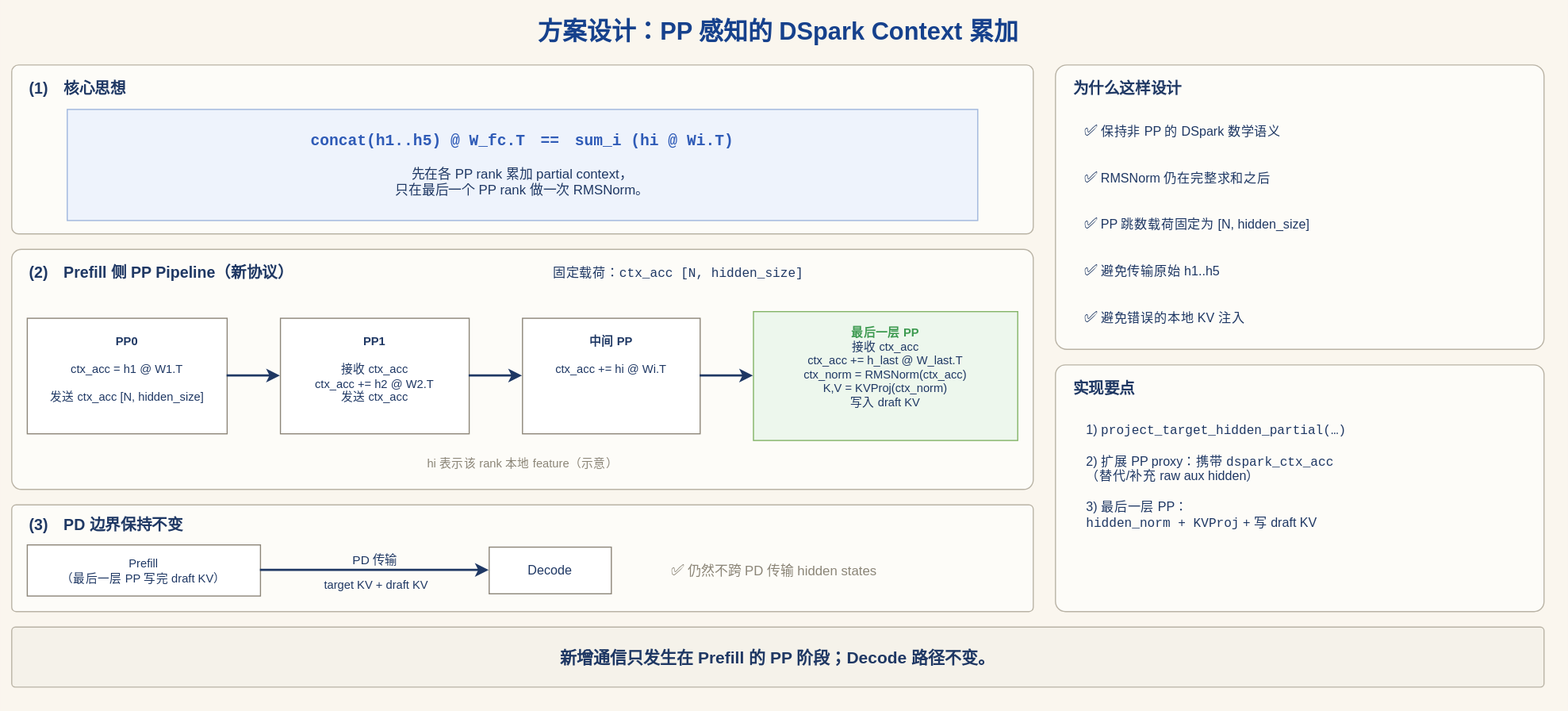
Earlier version of the draw.io export artifacts/dspark-pp-context-accumulation.svg (learning-sketch/drawio-skill). Source tidied: cells renumbered, new cells last; positions are measured from the earlier drawing's top-left corner, leaving out a move shared by most shapes. Source of this version:
```xml
<mxGraphModel background="#faf6ee">
  <root>
    <mxCell id="0" />
    <mxCell id="1" parent="0" />
    <mxCell id="2" value="&lt;b&gt;方案设计：PP 感知的 DSpark Context 累加&lt;/b&gt;" style="text;html=1;align=center;verticalAlign=middle;fontSize=22;fontColor=#16418c;" parent="1" vertex="1">
      <mxGeometry width="1380" height="38" as="geometry" />
    </mxCell>
    <mxCell id="3" style="rounded=1;arcSize=4;whiteSpace=wrap;html=1;fillColor=#fdfcf8;strokeColor=#b9b3a5;" parent="1" vertex="1">
      <mxGeometry y="48" width="920" height="152" as="geometry" />
    </mxCell>
    <mxCell id="4" value="&lt;b&gt;(1)　核心思想&lt;/b&gt;" style="text;html=1;align=left;verticalAlign=middle;fontSize=14;fontColor=#1f3864;" parent="3" vertex="1">
      <mxGeometry x="14" y="8" width="200" height="26" as="geometry" />
    </mxCell>
    <mxCell id="5" value="&lt;font face=&quot;Courier New&quot; color=&quot;#2f5bb7&quot; style=&quot;font-size:14px&quot;&gt;&lt;b&gt;concat(h1..h5) @ W_fc.T　==　sum_i (hi @ Wi.T)&lt;/b&gt;&lt;/font&gt;&lt;br&gt;&lt;br&gt;先在各 PP rank 累加 partial context，&lt;br&gt;只在最后一个 PP rank 做一次 RMSNorm。" style="rounded=0;whiteSpace=wrap;html=1;fillColor=#eef3fc;strokeColor=#9fb6dd;fontSize=12;fontColor=#1f3864;align=center;verticalAlign=middle;" parent="3" vertex="1">
      <mxGeometry x="50" y="40" width="820" height="100" as="geometry" />
    </mxCell>
    <mxCell id="6" style="rounded=1;arcSize=4;whiteSpace=wrap;html=1;fillColor=#fdfcf8;strokeColor=#b9b3a5;" parent="1" vertex="1">
      <mxGeometry y="214" width="920" height="216" as="geometry" />
    </mxCell>
    <mxCell id="7" value="&lt;b&gt;(2)　Prefill 侧 PP Pipeline（新协议）&lt;/b&gt;" style="text;html=1;align=left;verticalAlign=middle;fontSize=14;fontColor=#1f3864;" parent="6" vertex="1">
      <mxGeometry x="14" y="8" width="400" height="26" as="geometry" />
    </mxCell>
    <mxCell id="8" value="固定载荷：&lt;font face=&quot;Courier New&quot;&gt;ctx_acc [N, hidden_size]&lt;/font&gt;" style="text;html=1;align=center;verticalAlign=middle;fontSize=11.5;fontColor=#1f3864;" parent="6" vertex="1">
      <mxGeometry x="440" y="10" width="320" height="22" as="geometry" />
    </mxCell>
    <mxCell id="9" value="&lt;b&gt;PP0&lt;/b&gt;&lt;br&gt;&lt;br&gt;ctx_acc = h1 @ W1.T&lt;br&gt;&lt;br&gt;发送 ctx_acc [N, hidden_size]" style="rounded=0;whiteSpace=wrap;html=1;fillColor=#ffffff;strokeColor=#8c8578;fontSize=10.5;fontColor=#1f3864;align=center;verticalAlign=top;spacingTop=8;" parent="6" vertex="1">
      <mxGeometry x="14" y="62" width="180" height="104" as="geometry" />
    </mxCell>
    <mxCell id="10" value="&lt;b&gt;PP1&lt;/b&gt;&lt;br&gt;&lt;br&gt;接收 ctx_acc&lt;br&gt;ctx_acc += h2 @ W2.T&lt;br&gt;发送 ctx_acc" style="rounded=0;whiteSpace=wrap;html=1;fillColor=#ffffff;strokeColor=#8c8578;fontSize=10.5;fontColor=#1f3864;align=center;verticalAlign=top;spacingTop=8;" parent="6" vertex="1">
      <mxGeometry x="242" y="62" width="170" height="104" as="geometry" />
    </mxCell>
    <mxCell id="11" value="&lt;b&gt;中间 PP&lt;/b&gt;&lt;br&gt;&lt;br&gt;ctx_acc += hi @ Wi.T" style="rounded=0;whiteSpace=wrap;html=1;fillColor=#ffffff;strokeColor=#8c8578;fontSize=10.5;fontColor=#1f3864;align=center;verticalAlign=top;spacingTop=8;" parent="6" vertex="1">
      <mxGeometry x="460" y="62" width="160" height="104" as="geometry" />
    </mxCell>
    <mxCell id="12" value="&lt;b&gt;&lt;font color=&quot;#3d9a50&quot;&gt;最后一层 PP&lt;/font&gt;&lt;/b&gt;&lt;br&gt;接收 ctx_acc&lt;br&gt;ctx_acc += h_last @ W_last.T&lt;br&gt;ctx_norm = RMSNorm(ctx_acc)&lt;br&gt;K,V = KVProj(ctx_norm)&lt;br&gt;写入 draft KV" style="rounded=0;whiteSpace=wrap;html=1;fillColor=#edf7ed;strokeColor=#82b366;fontSize=10.5;fontColor=#1f3864;align=center;verticalAlign=top;spacingTop=6;" parent="6" vertex="1">
      <mxGeometry x="668" y="56" width="238" height="116" as="geometry" />
    </mxCell>
    <mxCell id="13" style="edgeStyle=orthogonalEdgeStyle;rounded=1;html=1;strokeColor=#1f3864;strokeWidth=2;exitX=1;exitY=0.5;exitDx=0;exitDy=0;entryX=0;entryY=0.5;entryDx=0;entryDy=0;" parent="6" edge="1" source="9" target="10">
      <mxGeometry relative="1" as="geometry" />
    </mxCell>
    <mxCell id="14" style="edgeStyle=orthogonalEdgeStyle;rounded=1;html=1;strokeColor=#1f3864;strokeWidth=2;exitX=1;exitY=0.5;exitDx=0;exitDy=0;entryX=0;entryY=0.5;entryDx=0;entryDy=0;" parent="6" edge="1" source="10" target="11">
      <mxGeometry relative="1" as="geometry" />
    </mxCell>
    <mxCell id="15" style="edgeStyle=orthogonalEdgeStyle;rounded=1;html=1;strokeColor=#1f3864;strokeWidth=2;exitX=1;exitY=0.5;exitDx=0;exitDy=0;entryX=0;entryY=0.5;entryDx=0;entryDy=0;" parent="6" edge="1" source="11" target="12">
      <mxGeometry relative="1" as="geometry" />
    </mxCell>
    <mxCell id="16" value="hi 表示该 rank 本地 feature（示意）" style="text;html=1;align=center;verticalAlign=middle;fontSize=10.5;fontColor=#8b8577;" parent="6" vertex="1">
      <mxGeometry x="200" y="182" width="520" height="22" as="geometry" />
    </mxCell>
    <mxCell id="17" style="rounded=1;arcSize=4;whiteSpace=wrap;html=1;fillColor=#fdfcf8;strokeColor=#b9b3a5;" parent="1" vertex="1">
      <mxGeometry y="444" width="920" height="96" as="geometry" />
    </mxCell>
    <mxCell id="18" value="&lt;b&gt;(3)　PD 边界保持不变&lt;/b&gt;" style="text;html=1;align=left;verticalAlign=middle;fontSize=14;fontColor=#1f3864;" parent="17" vertex="1">
      <mxGeometry x="14" y="6" width="300" height="24" as="geometry" />
    </mxCell>
    <mxCell id="19" value="Prefill&#10;（最后一层 PP 写完 draft KV）" style="rounded=0;whiteSpace=wrap;html=1;fillColor=#ffffff;strokeColor=#8c8578;fontSize=10.5;fontColor=#1f3864;" parent="17" vertex="1">
      <mxGeometry x="14" y="36" width="210" height="46" as="geometry" />
    </mxCell>
    <mxCell id="20" value="Decode" style="rounded=0;whiteSpace=wrap;html=1;fillColor=#ffffff;strokeColor=#8c8578;fontSize=11.5;fontColor=#1f3864;" parent="17" vertex="1">
      <mxGeometry x="430" y="38" width="110" height="42" as="geometry" />
    </mxCell>
    <mxCell id="21" value="PD 传输" style="edgeStyle=orthogonalEdgeStyle;rounded=1;html=1;strokeColor=#1f3864;strokeWidth=2;fontSize=11;fontColor=#1f3864;labelBackgroundColor=#fdfcf8;exitX=1;exitY=0.5;exitDx=0;exitDy=0;entryX=0;entryY=0.5;entryDx=0;entryDy=0;" parent="17" edge="1" source="19" target="20">
      <mxGeometry relative="1" as="geometry">
        <mxPoint y="-9" as="offset" />
      </mxGeometry>
    </mxCell>
    <mxCell id="22" value="target KV + draft KV" style="text;html=1;align=center;verticalAlign=middle;fontSize=10.5;fontColor=#1f3864;" parent="17" vertex="1">
      <mxGeometry x="240" y="62" width="176" height="20" as="geometry" />
    </mxCell>
    <mxCell id="23" value="&lt;font style=&quot;font-size:14px&quot;&gt;✅&lt;/font&gt;  仍然不跨 PD 传输 hidden states" style="text;html=1;align=left;verticalAlign=middle;fontSize=12;fontColor=#8b8577;spacingLeft=12;" parent="17" vertex="1">
      <mxGeometry x="580" y="38" width="330" height="42" as="geometry" />
    </mxCell>
    <mxCell id="24" style="rounded=1;arcSize=4;whiteSpace=wrap;html=1;fillColor=#fdfcf8;strokeColor=#b9b3a5;" parent="1" vertex="1">
      <mxGeometry x="940" y="48" width="440" height="256" as="geometry" />
    </mxCell>
    <mxCell id="25" value="&lt;b&gt;为什么这样设计&lt;/b&gt;" style="text;html=1;align=left;verticalAlign=middle;fontSize=14;fontColor=#1f3864;" parent="24" vertex="1">
      <mxGeometry x="14" y="8" width="240" height="26" as="geometry" />
    </mxCell>
    <mxCell id="26" value="&lt;font style=&quot;font-size:14px&quot;&gt;✅&lt;/font&gt;  保持非 PP 的 DSpark 数学语义" style="text;html=1;align=left;verticalAlign=middle;fontSize=11.5;fontColor=#1f3864;spacingLeft=14;" parent="24" vertex="1">
      <mxGeometry x="10" y="42" width="420" height="34" as="geometry" />
    </mxCell>
    <mxCell id="27" value="&lt;font style=&quot;font-size:14px&quot;&gt;✅&lt;/font&gt;  RMSNorm 仍在完整求和之后" style="text;html=1;align=left;verticalAlign=middle;fontSize=11.5;fontColor=#1f3864;spacingLeft=14;" parent="24" vertex="1">
      <mxGeometry x="10" y="84" width="420" height="34" as="geometry" />
    </mxCell>
    <mxCell id="28" value="&lt;font style=&quot;font-size:14px&quot;&gt;✅&lt;/font&gt;  PP 跳数载荷固定为 [N, hidden_size]" style="text;html=1;align=left;verticalAlign=middle;fontSize=11.5;fontColor=#1f3864;spacingLeft=14;" parent="24" vertex="1">
      <mxGeometry x="10" y="126" width="420" height="34" as="geometry" />
    </mxCell>
    <mxCell id="29" value="&lt;font style=&quot;font-size:14px&quot;&gt;✅&lt;/font&gt;  避免传输原始 h1..h5" style="text;html=1;align=left;verticalAlign=middle;fontSize=11.5;fontColor=#1f3864;spacingLeft=14;" parent="24" vertex="1">
      <mxGeometry x="10" y="168" width="420" height="34" as="geometry" />
    </mxCell>
    <mxCell id="30" value="&lt;font style=&quot;font-size:14px&quot;&gt;✅&lt;/font&gt;  避免错误的本地 KV 注入" style="text;html=1;align=left;verticalAlign=middle;fontSize=11.5;fontColor=#1f3864;spacingLeft=14;" parent="24" vertex="1">
      <mxGeometry x="10" y="210" width="420" height="34" as="geometry" />
    </mxCell>
    <mxCell id="31" style="rounded=1;arcSize=4;whiteSpace=wrap;html=1;fillColor=#fdfcf8;strokeColor=#b9b3a5;" parent="1" vertex="1">
      <mxGeometry x="940" y="318" width="440" height="222" as="geometry" />
    </mxCell>
    <mxCell id="32" value="&lt;b&gt;实现要点&lt;/b&gt;" style="text;html=1;align=left;verticalAlign=middle;fontSize=14;fontColor=#1f3864;" parent="31" vertex="1">
      <mxGeometry x="14" y="8" width="240" height="26" as="geometry" />
    </mxCell>
    <mxCell id="33" value="1)  &lt;font face=&quot;Courier New&quot;&gt;project_target_hidden_partial(…)&lt;/font&gt;&lt;br&gt;&lt;br&gt;2)  扩展 PP proxy：携带 &lt;font face=&quot;Courier New&quot;&gt;dspark_ctx_acc&lt;/font&gt;&lt;br&gt;     （替代/补充 raw aux hidden）&lt;br&gt;&lt;br&gt;3)  最后一层 PP：&lt;br&gt;     &lt;font face=&quot;Courier New&quot;&gt;hidden_norm + KVProj&lt;/font&gt; + 写 draft KV" style="text;html=1;align=left;verticalAlign=top;fontSize=11.5;fontColor=#1f3864;spacingLeft=16;spacingTop=4;whiteSpace=wrap;" parent="31" vertex="1">
      <mxGeometry x="10" y="42" width="420" height="168" as="geometry" />
    </mxCell>
    <mxCell id="34" value="&lt;b&gt;新增通信只发生在 Prefill 的 PP 阶段；Decode 路径不变。&lt;/b&gt;" style="rounded=1;arcSize=6;whiteSpace=wrap;html=1;fillColor=#f5f2ea;strokeColor=#b9b3a5;fontSize=15;fontColor=#1f3864;align=center;verticalAlign=middle;" parent="1" vertex="1">
      <mxGeometry y="554" width="1380" height="54" as="geometry" />
    </mxCell>
  </root>
</mxGraphModel>
```
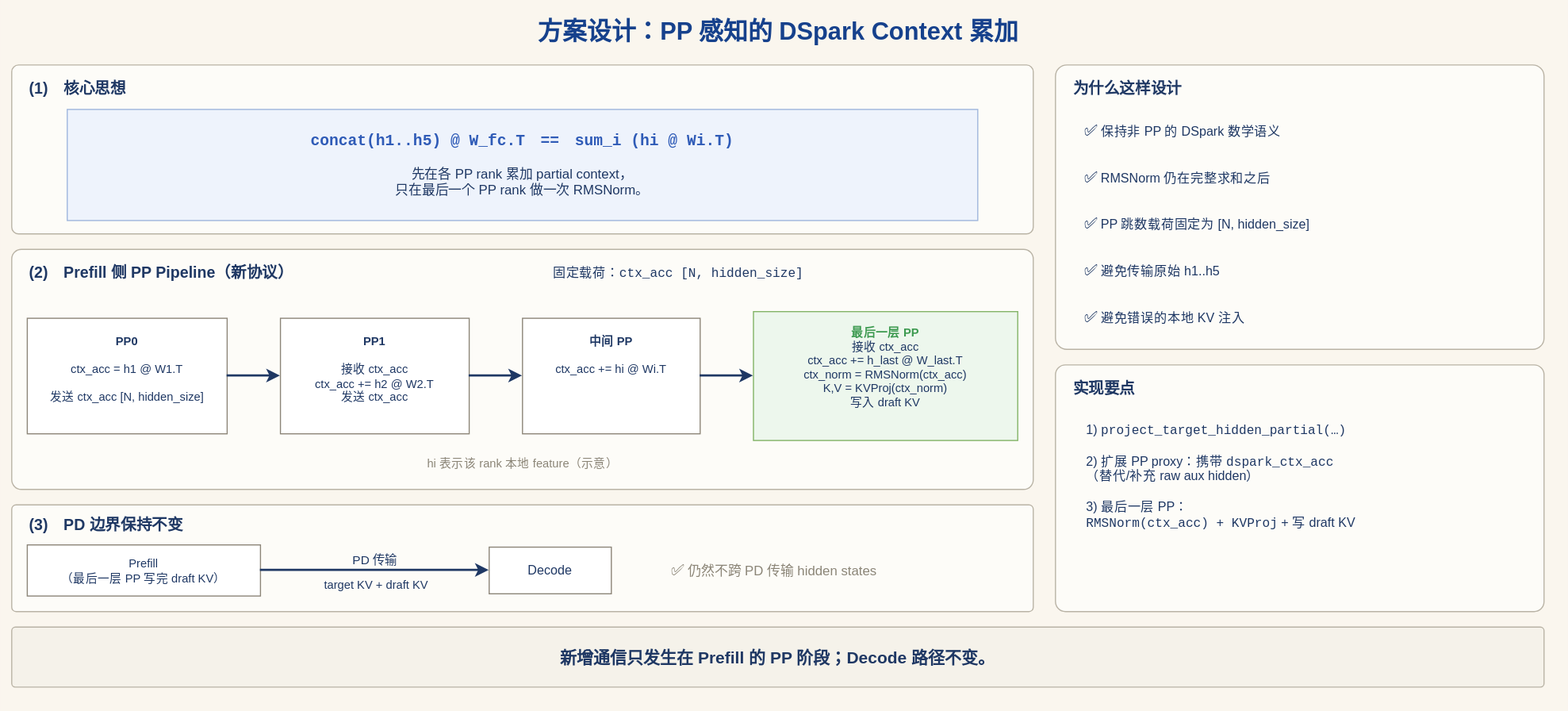
After the change.

The edit, as a diff of the source:
```diff
@@ -97,7 +97,7 @@
     <mxCell id="32" value="&lt;b&gt;实现要点&lt;/b&gt;" style="text;html=1;align=left;verticalAlign=middle;fontSize=14;fontColor=#1f3864;" parent="31" vertex="1">
       <mxGeometry x="14" y="8" width="240" height="26" as="geometry" />
     </mxCell>
-    <mxCell id="33" value="1)  &lt;font face=&quot;Courier New&quot;&gt;project_target_hidden_partial(…)&lt;/font&gt;&lt;br&gt;&lt;br&gt;2)  扩展 PP proxy：携带 &lt;font face=&quot;Courier New&quot;&gt;dspark_ctx_acc&lt;/font&gt;&lt;br&gt;     （替代/补充 raw aux hidden）&lt;br&gt;&lt;br&gt;3)  最后一层 PP：&lt;br&gt;     &lt;font face=&quot;Courier New&quot;&gt;hidden_norm + KVProj&lt;/font&gt; + 写 draft KV" style="text;html=1;align=left;verticalAlign=top;fontSize=11.5;fontColor=#1f3864;spacingLeft=16;spacingTop=4;whiteSpace=wrap;" parent="31" vertex="1">
+    <mxCell id="33" value="1)  &lt;font face=&quot;Courier New&quot;&gt;project_target_hidden_partial(…)&lt;/font&gt;&lt;br&gt;&lt;br&gt;2)  扩展 PP proxy：携带 &lt;font face=&quot;Courier New&quot;&gt;dspark_ctx_acc&lt;/font&gt;&lt;br&gt;     （替代/补充 raw aux hidden）&lt;br&gt;&lt;br&gt;3)  最后一层 PP：&lt;br&gt;     &lt;font face=&quot;Courier New&quot;&gt;RMSNorm(ctx_acc) + KVProj&lt;/font&gt; + 写 draft KV" style="text;html=1;align=left;verticalAlign=top;fontSize=11.5;fontColor=#1f3864;spacingLeft=16;spacingTop=4;whiteSpace=wrap;" parent="31" vertex="1">
       <mxGeometry x="10" y="42" width="420" height="168" as="geometry" />
     </mxCell>
     <mxCell id="34" value="&lt;b&gt;新增通信只发生在 Prefill 的 PP 阶段；Decode 路径不变。&lt;/b&gt;" style="rounded=1;arcSize=6;whiteSpace=wrap;html=1;fillColor=#f5f2ea;strokeColor=#b9b3a5;fontSize=15;fontColor=#1f3864;align=center;verticalAlign=middle;" parent="1" vertex="1">
```
